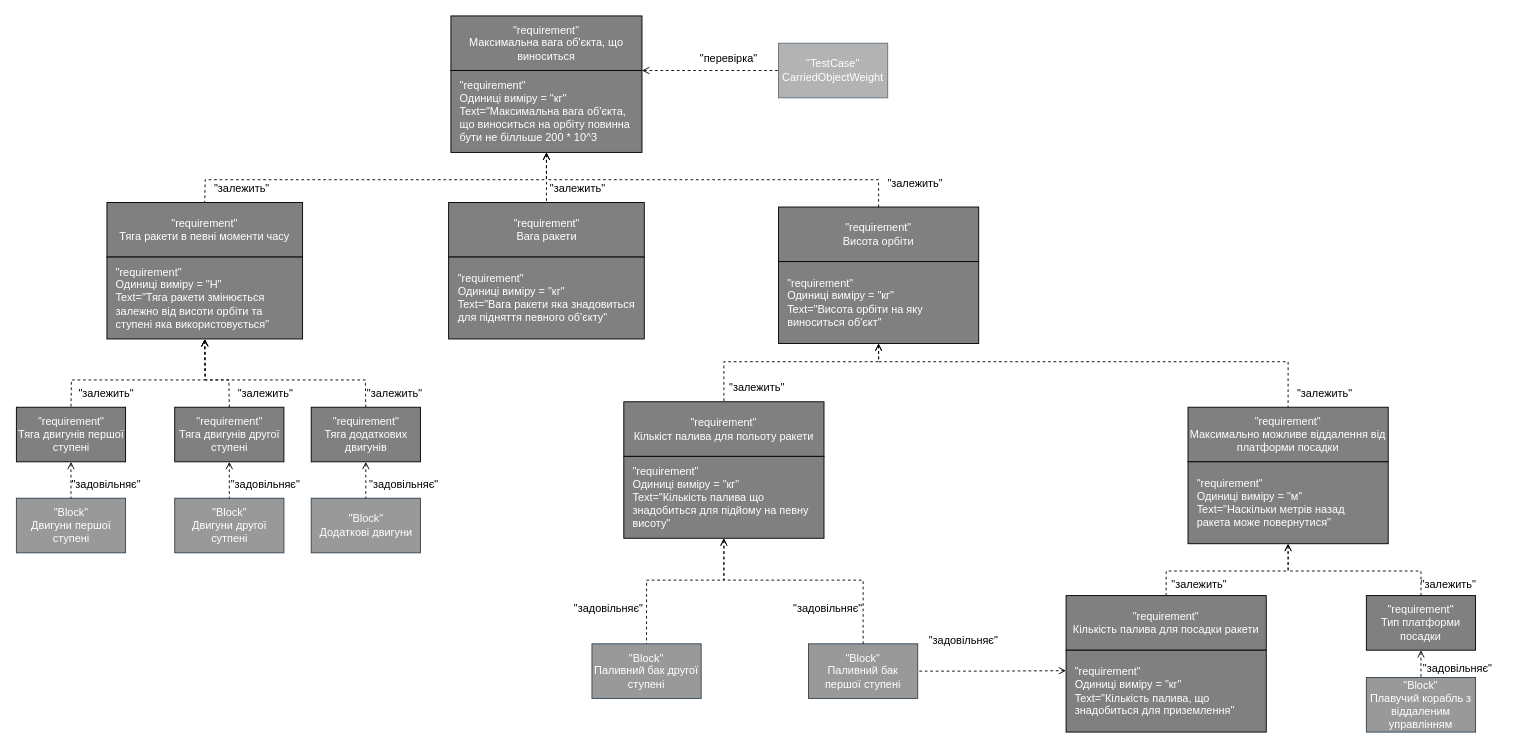
The draw.io diagram Lab3/Scheme.drawio in tonujet/System-engineering, before the edit. Source tidied: cells renumbered, new cells numbered last; positions are measured from the earlier drawing's top-left corner, leaving out a move shared by most shapes. Both pictures are drawn from the tidied source at 91%, with x=0, y=0 at pixel (15, 15).
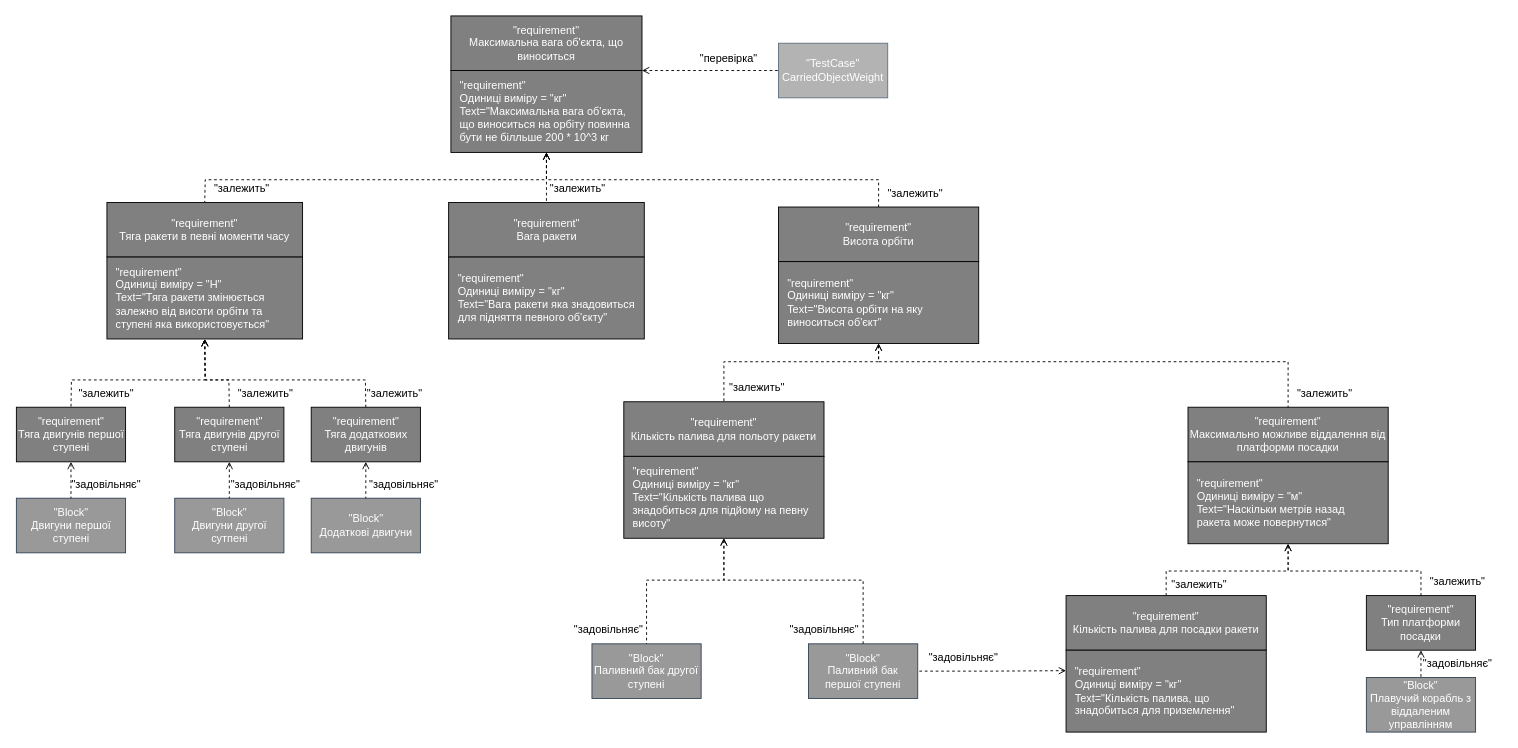
The same diagram, later.

Unchanged cells that the change refers to:
```xml
<mxCell id="17" style="group;" parent="1" vertex="1">
  <mxGeometry x="478" width="210" height="150" as="geometry" />
</mxCell>
<mxCell id="29" style="group;" parent="1" vertex="1">
  <mxGeometry x="668" y="424" width="220" height="150" as="geometry" />
</mxCell>
```

Diff of the diagram source:
```diff
@@
-    <mxCell id="19" value="&quot;requirement&quot;&lt;br&gt;Одиниці виміру = &quot;кг&quot;&lt;br&gt;Text=&quot;Максимальна вага об'єкта, що виноситься на орбіту повинна бути не білльше 200 * 10^3" style="rounded=0;whiteSpace=wrap;html=1;fillColor=#808080;fontColor=#FFFFFF;align=left;spacing=10;" parent="17" vertex="1">
+    <mxCell id="19" value="&quot;requirement&quot;&lt;br&gt;Одиниці виміру = &quot;кг&quot;&lt;br&gt;Text=&quot;Максимальна вага об'єкта, що виноситься на орбіту повинна бути не білльше 200 * 10^3 кг" style="rounded=0;whiteSpace=wrap;html=1;fillColor=#808080;fontColor=#FFFFFF;align=left;spacing=10;" parent="17" vertex="1">
       <mxGeometry y="60" width="210" height="90" as="geometry" />
     </mxCell>
@@
-    <mxCell id="26" value="&lt;font color=&quot;#000000&quot;&gt;&quot;залежить&quot;&lt;/font&gt;" style="text;html=1;align=center;verticalAlign=middle;strokeColor=none;fillColor=none;fontColor=#ffffff;" parent="1" vertex="1">
+    <mxCell id="26" value="&lt;font color=&quot;#000000&quot;&gt;&quot;залежить&quot;&lt;/font&gt;" style="text;html=1;align=center;verticalAlign=middle;strokeColor=none;fillColor=none;fontColor=#ffffff;rotation=0;" parent="1" vertex="1">
       <mxGeometry x="577" y="175" width="80" height="30" as="geometry" />
     </mxCell>
     <mxCell id="27" value="&lt;font color=&quot;#000000&quot;&gt;&quot;залежить&quot;&lt;/font&gt;" style="text;html=1;align=center;verticalAlign=middle;strokeColor=none;fillColor=none;fontColor=#ffffff;" parent="1" vertex="1">
-      <mxGeometry x="948" y="170" width="80" height="30" as="geometry" />
+      <mxGeometry x="948" y="180" width="80" height="30" as="geometry" />
     </mxCell>
@@
-    <mxCell id="30" value="&quot;requirement&quot;&lt;br&gt;Кількіст палива для польоту ракети" style="rounded=0;whiteSpace=wrap;html=1;fillColor=#808080;fontColor=#FFFFFF;" parent="29" vertex="1">
+    <mxCell id="30" value="&quot;requirement&quot;&lt;br&gt;Кількість палива для польоту ракети" style="rounded=0;whiteSpace=wrap;html=1;fillColor=#808080;fontColor=#FFFFFF;" parent="29" vertex="1">
       <mxGeometry width="220" height="60" as="geometry" />
     </mxCell>
@@
     <mxCell id="60" value="&lt;font color=&quot;#000000&quot;&gt;&quot;задовільняє&quot;&lt;/font&gt;" style="text;html=1;align=center;verticalAlign=middle;strokeColor=none;fillColor=none;fontColor=#ffffff;" parent="1" vertex="1">
-      <mxGeometry x="601" y="637" width="100" height="30" as="geometry" />
+      <mxGeometry x="601" y="660" width="100" height="30" as="geometry" />
     </mxCell>
     <mxCell id="61" value="&lt;font color=&quot;#000000&quot;&gt;&quot;задовільняє&quot;&lt;/font&gt;" style="text;html=1;align=center;verticalAlign=middle;strokeColor=none;fillColor=none;fontColor=#ffffff;" parent="1" vertex="1">
-      <mxGeometry x="842" y="637" width="100" height="30" as="geometry" />
+      <mxGeometry x="838" y="660" width="100" height="30" as="geometry" />
     </mxCell>
@@
     <mxCell id="63" value="&lt;font color=&quot;#000000&quot;&gt;&quot;задовільняє&quot;&lt;/font&gt;" style="text;html=1;align=center;verticalAlign=middle;strokeColor=none;fillColor=none;fontColor=#ffffff;" parent="1" vertex="1">
-      <mxGeometry x="991" y="672" width="100" height="30" as="geometry" />
+      <mxGeometry x="991" y="690" width="100" height="30" as="geometry" />
     </mxCell>
@@
     <mxCell id="68" value="&lt;font color=&quot;#000000&quot;&gt;&quot;задовільняє&quot;&lt;/font&gt;" style="text;html=1;align=center;verticalAlign=middle;strokeColor=none;fillColor=none;fontColor=#ffffff;" parent="1" vertex="1">
-      <mxGeometry x="1534" y="702" width="100" height="30" as="geometry" />
+      <mxGeometry x="1534" y="697" width="100" height="30" as="geometry" />
     </mxCell>
     <mxCell id="69" value="&lt;font color=&quot;#000000&quot;&gt;&quot;залежить&quot;&lt;/font&gt;" style="text;html=1;align=center;verticalAlign=middle;strokeColor=none;fillColor=none;fontColor=#ffffff;" parent="1" vertex="1">
-      <mxGeometry x="1534" y="610" width="80" height="30" as="geometry" />
+      <mxGeometry x="1544" y="607" width="80" height="30" as="geometry" />
     </mxCell>
```
